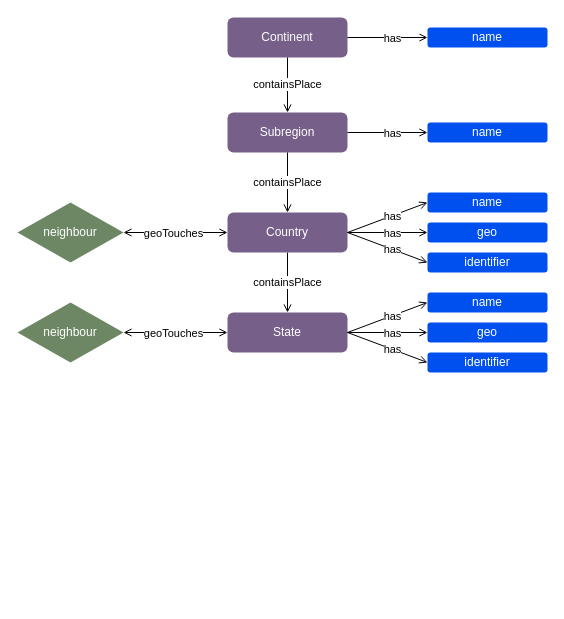
The draw.io diagram Geo Knowledge Map.drawio in emergent-analytics/emergent-engine, before the edit. Source tidied: cells renumbered, new cells numbered last; positions are measured from the earlier drawing's top-left corner, leaving out a move shared by most shapes. Both pictures are drawn from the tidied source at 100%, with x=0, y=0 at pixel (17, 17).
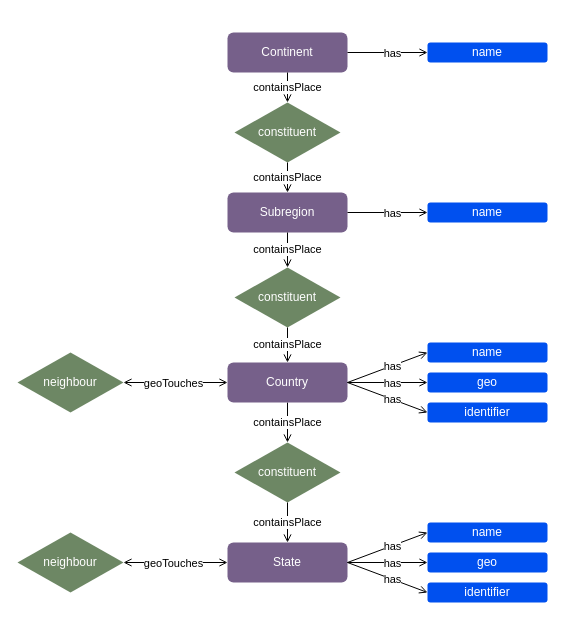
Above is the later version.

Commit message:
added constituent proxy between landforms

What changed in the source:
```diff
@@
     <mxCell id="2" value="Subregion" style="rounded=1;whiteSpace=wrap;html=1;fontSize=12;glass=0;strokeWidth=1;shadow=0;fillColor=#76608a;fontColor=#ffffff;strokeColor=none;" parent="1" vertex="1">
-      <mxGeometry x="210" y="95" width="120" height="40" as="geometry" />
+      <mxGeometry x="210" y="175" width="120" height="40" as="geometry" />
     </mxCell>
-    <mxCell id="3" value="containsPlace" style="endArrow=none;html=1;entryX=0.5;entryY=1;entryDx=0;entryDy=0;exitX=0.5;exitY=0;exitDx=0;exitDy=0;rounded=0;startArrow=open;startFill=0;" parent="1" edge="1" source="5" target="2">
+    <mxCell id="3" value="containsPlace" style="endArrow=none;html=1;entryX=0.5;entryY=1;entryDx=0;entryDy=0;exitX=0.5;exitY=0;exitDx=0;exitDy=0;rounded=0;startArrow=open;startFill=0;" parent="1" edge="1" source="41" target="2">
       <mxGeometry relative="1" as="geometry" />
     </mxCell>
-    <mxCell id="4" value="containsPlace" style="edgeStyle=orthogonalEdgeStyle;rounded=0;jettySize=auto;html=1;entryX=0.5;entryY=0;entryDx=0;entryDy=0;startArrow=none;startFill=0;endArrow=open;endFill=0;" parent="1" edge="1" source="5" target="6">
+    <mxCell id="4" value="containsPlace" style="edgeStyle=orthogonalEdgeStyle;rounded=0;jettySize=auto;html=1;startArrow=none;startFill=0;endArrow=open;endFill=0;" parent="1" edge="1" source="5" target="43">
       <mxGeometry relative="1" as="geometry" />
     </mxCell>
     <mxCell id="5" value="Country" style="rounded=1;whiteSpace=wrap;html=1;fontSize=12;glass=0;strokeWidth=1;shadow=0;fillColor=#76608a;fontColor=#ffffff;strokeColor=none;" parent="1" vertex="1">
-      <mxGeometry x="210" y="195" width="120" height="40" as="geometry" />
+      <mxGeometry x="210" y="345" width="120" height="40" as="geometry" />
     </mxCell>
     <mxCell id="6" value="State" style="rounded=1;whiteSpace=wrap;html=1;fontSize=12;glass=0;strokeWidth=1;shadow=0;fillColor=#76608a;fontColor=#ffffff;strokeColor=none;" parent="1" vertex="1">
-      <mxGeometry x="210" y="295" width="120" height="40" as="geometry" />
+      <mxGeometry x="210" y="525" width="120" height="40" as="geometry" />
     </mxCell>
     <mxCell id="7" value="neighbour" style="rhombus;whiteSpace=wrap;html=1;fillColor=#6d8764;fontColor=#ffffff;strokeColor=none;" parent="1" vertex="1">
-      <mxGeometry y="185" width="106" height="60" as="geometry" />
+      <mxGeometry y="335" width="106" height="60" as="geometry" />
     </mxCell>
     <mxCell id="8" style="endArrow=open;html=1;entryX=1;entryY=0.5;entryDx=0;entryDy=0;rounded=0;startArrow=open;startFill=0;endFill=0;" parent="1" edge="1" target="7">
       <mxGeometry relative="1" as="geometry">
-        <mxPoint x="210" y="215" as="sourcePoint" />
+        <mxPoint x="210" y="365" as="sourcePoint" />
       </mxGeometry>
     </mxCell>
@@
     <mxCell id="10" value="name" style="rounded=1;whiteSpace=wrap;html=1;fontSize=12;glass=0;strokeWidth=1;shadow=0;fillColor=#0050ef;fontColor=#ffffff;strokeColor=none;" parent="1" vertex="1">
-      <mxGeometry x="410" y="105" width="120" height="20" as="geometry" />
+      <mxGeometry x="410" y="185" width="120" height="20" as="geometry" />
     </mxCell>
@@
     <mxCell id="13" value="neighbour" style="rhombus;whiteSpace=wrap;html=1;fillColor=#6d8764;fontColor=#ffffff;strokeColor=none;" parent="1" vertex="1">
-      <mxGeometry y="285" width="106" height="60" as="geometry" />
+      <mxGeometry y="515" width="106" height="60" as="geometry" />
     </mxCell>
     <mxCell id="14" style="endArrow=open;html=1;entryX=1;entryY=0.5;entryDx=0;entryDy=0;rounded=0;startArrow=open;startFill=0;endFill=0;" parent="1" edge="1" target="13">
       <mxGeometry relative="1" as="geometry">
-        <mxPoint x="210" y="315" as="sourcePoint" />
+        <mxPoint x="210" y="545" as="sourcePoint" />
       </mxGeometry>
     </mxCell>
@@
     <mxCell id="16" value="name" style="rounded=1;whiteSpace=wrap;html=1;fontSize=12;glass=0;strokeWidth=1;shadow=0;fillColor=#0050ef;fontColor=#ffffff;strokeColor=none;" parent="1" vertex="1">
-      <mxGeometry x="410" y="175" width="120" height="20" as="geometry" />
+      <mxGeometry x="410" y="325" width="120" height="20" as="geometry" />
     </mxCell>
     <mxCell id="17" value="geo" style="rounded=1;whiteSpace=wrap;html=1;fontSize=12;glass=0;strokeWidth=1;shadow=0;fillColor=#0050ef;fontColor=#ffffff;strokeColor=none;" parent="1" vertex="1">
-      <mxGeometry x="410" y="205" width="120" height="20" as="geometry" />
+      <mxGeometry x="410" y="355" width="120" height="20" as="geometry" />
     </mxCell>
     <mxCell id="18" value="identifier" style="rounded=1;whiteSpace=wrap;html=1;fontSize=12;glass=0;strokeWidth=1;shadow=0;fillColor=#0050ef;fontColor=#ffffff;strokeColor=none;" parent="1" vertex="1">
-      <mxGeometry x="410" y="235" width="120" height="20" as="geometry" />
+      <mxGeometry x="410" y="385" width="120" height="20" as="geometry" />
     </mxCell>
@@
     <mxCell id="23" style="endArrow=open;html=1;entryX=0;entryY=0.5;entryDx=0;entryDy=0;endFill=0;" parent="1" edge="1" target="18">
       <mxGeometry relative="1" as="geometry">
-        <mxPoint x="330" y="215" as="sourcePoint" />
+        <mxPoint x="330" y="365" as="sourcePoint" />
       </mxGeometry>
     </mxCell>
@@
     <mxCell id="25" value="Continent" style="rounded=1;whiteSpace=wrap;html=1;fontSize=12;glass=0;strokeWidth=1;shadow=0;fillColor=#76608a;fontColor=#ffffff;strokeColor=none;" parent="1" vertex="1">
-      <mxGeometry x="210" width="120" height="40" as="geometry" />
+      <mxGeometry x="210" y="15" width="120" height="40" as="geometry" />
     </mxCell>
     <mxCell id="26" value="name" style="rounded=1;whiteSpace=wrap;html=1;fontSize=12;glass=0;strokeWidth=1;shadow=0;fillColor=#0050ef;fontColor=#ffffff;strokeColor=none;" parent="1" vertex="1">
-      <mxGeometry x="410" y="10" width="120" height="20" as="geometry" />
+      <mxGeometry x="410" y="25" width="120" height="20" as="geometry" />
     </mxCell>
@@
-    <mxCell id="29" value="containsPlace" style="endArrow=none;html=1;entryX=0.5;entryY=1;entryDx=0;entryDy=0;exitX=0.5;exitY=0;exitDx=0;exitDy=0;rounded=0;startArrow=open;startFill=0;" parent="1" edge="1" source="2" target="25">
+    <mxCell id="29" value="containsPlace" style="endArrow=none;html=1;entryX=0.5;entryY=1;entryDx=0;entryDy=0;exitX=0.5;exitY=0;exitDx=0;exitDy=0;rounded=0;startArrow=open;startFill=0;" parent="1" edge="1" source="39" target="25">
       <mxGeometry relative="1" as="geometry" />
     </mxCell>
     <mxCell id="30" value="name" style="rounded=1;whiteSpace=wrap;html=1;fontSize=12;glass=0;strokeWidth=1;shadow=0;fillColor=#0050ef;fontColor=#ffffff;strokeColor=none;" parent="1" vertex="1">
-      <mxGeometry x="410" y="275" width="120" height="20" as="geometry" />
+      <mxGeometry x="410" y="505" width="120" height="20" as="geometry" />
     </mxCell>
     <mxCell id="31" value="geo" style="rounded=1;whiteSpace=wrap;html=1;fontSize=12;glass=0;strokeWidth=1;shadow=0;fillColor=#0050ef;fontColor=#ffffff;strokeColor=none;" parent="1" vertex="1">
-      <mxGeometry x="410" y="305" width="120" height="20" as="geometry" />
+      <mxGeometry x="410" y="535" width="120" height="20" as="geometry" />
     </mxCell>
     <mxCell id="32" value="identifier" style="rounded=1;whiteSpace=wrap;html=1;fontSize=12;glass=0;strokeWidth=1;shadow=0;fillColor=#0050ef;fontColor=#ffffff;strokeColor=none;" parent="1" vertex="1">
-      <mxGeometry x="410" y="335" width="120" height="20" as="geometry" />
+      <mxGeometry x="410" y="565" width="120" height="20" as="geometry" />
     </mxCell>
     <mxCell id="33" style="endArrow=open;html=1;exitX=1;exitY=0.5;exitDx=0;exitDy=0;entryX=0;entryY=0.5;entryDx=0;entryDy=0;endFill=0;" parent="1" edge="1" target="30">
       <mxGeometry relative="1" as="geometry">
-        <mxPoint x="330" y="315" as="sourcePoint" />
+        <mxPoint x="330" y="545" as="sourcePoint" />
       </mxGeometry>
     </mxCell>
@@
     <mxCell id="35" style="endArrow=open;html=1;exitX=1;exitY=0.5;exitDx=0;exitDy=0;entryX=0;entryY=0.5;entryDx=0;entryDy=0;endFill=0;" parent="1" edge="1" target="31">
       <mxGeometry relative="1" as="geometry">
-        <mxPoint x="330" y="315" as="sourcePoint" />
+        <mxPoint x="330" y="545" as="sourcePoint" />
       </mxGeometry>
     </mxCell>
@@
     <mxCell id="37" style="endArrow=open;html=1;entryX=0;entryY=0.5;entryDx=0;entryDy=0;endFill=0;" parent="1" edge="1" target="32">
       <mxGeometry relative="1" as="geometry">
-        <mxPoint x="330" y="315" as="sourcePoint" />
+        <mxPoint x="330" y="545" as="sourcePoint" />
       </mxGeometry>
     </mxCell>
@@
+    <mxCell id="39" value="constituent" style="rhombus;whiteSpace=wrap;html=1;fillColor=#6d8764;fontColor=#ffffff;strokeColor=none;" parent="1" vertex="1">
+      <mxGeometry x="217" y="85" width="106" height="60" as="geometry" />
+    </mxCell>
+    <mxCell id="40" value="containsPlace" style="endArrow=none;html=1;entryX=0.5;entryY=1;entryDx=0;entryDy=0;rounded=0;startArrow=open;startFill=0;" parent="1" edge="1" target="39">
+      <mxGeometry relative="1" as="geometry">
+        <mxPoint x="270" y="175" as="sourcePoint" />
+      </mxGeometry>
+    </mxCell>
+    <mxCell id="41" value="constituent" style="rhombus;whiteSpace=wrap;html=1;fillColor=#6d8764;fontColor=#ffffff;strokeColor=none;" parent="1" vertex="1">
+      <mxGeometry x="217" y="250" width="106" height="60" as="geometry" />
+    </mxCell>
+    <mxCell id="42" value="containsPlace" style="endArrow=none;html=1;entryX=0.5;entryY=1;entryDx=0;entryDy=0;rounded=0;startArrow=open;startFill=0;" parent="1" edge="1" source="5" target="41">
+      <mxGeometry relative="1" as="geometry" />
+    </mxCell>
+    <mxCell id="43" value="constituent" style="rhombus;whiteSpace=wrap;html=1;fillColor=#6d8764;fontColor=#ffffff;strokeColor=none;" parent="1" vertex="1">
+      <mxGeometry x="217" y="425" width="106" height="60" as="geometry" />
+    </mxCell>
+    <mxCell id="44" value="containsPlace" style="edgeStyle=orthogonalEdgeStyle;rounded=0;jettySize=auto;html=1;startArrow=none;startFill=0;endArrow=open;endFill=0;entryX=0.5;entryY=0;entryDx=0;entryDy=0;exitX=0.5;exitY=1;exitDx=0;exitDy=0;" parent="1" edge="1" source="43" target="6">
+      <mxGeometry relative="1" as="geometry" />
+    </mxCell>
```
